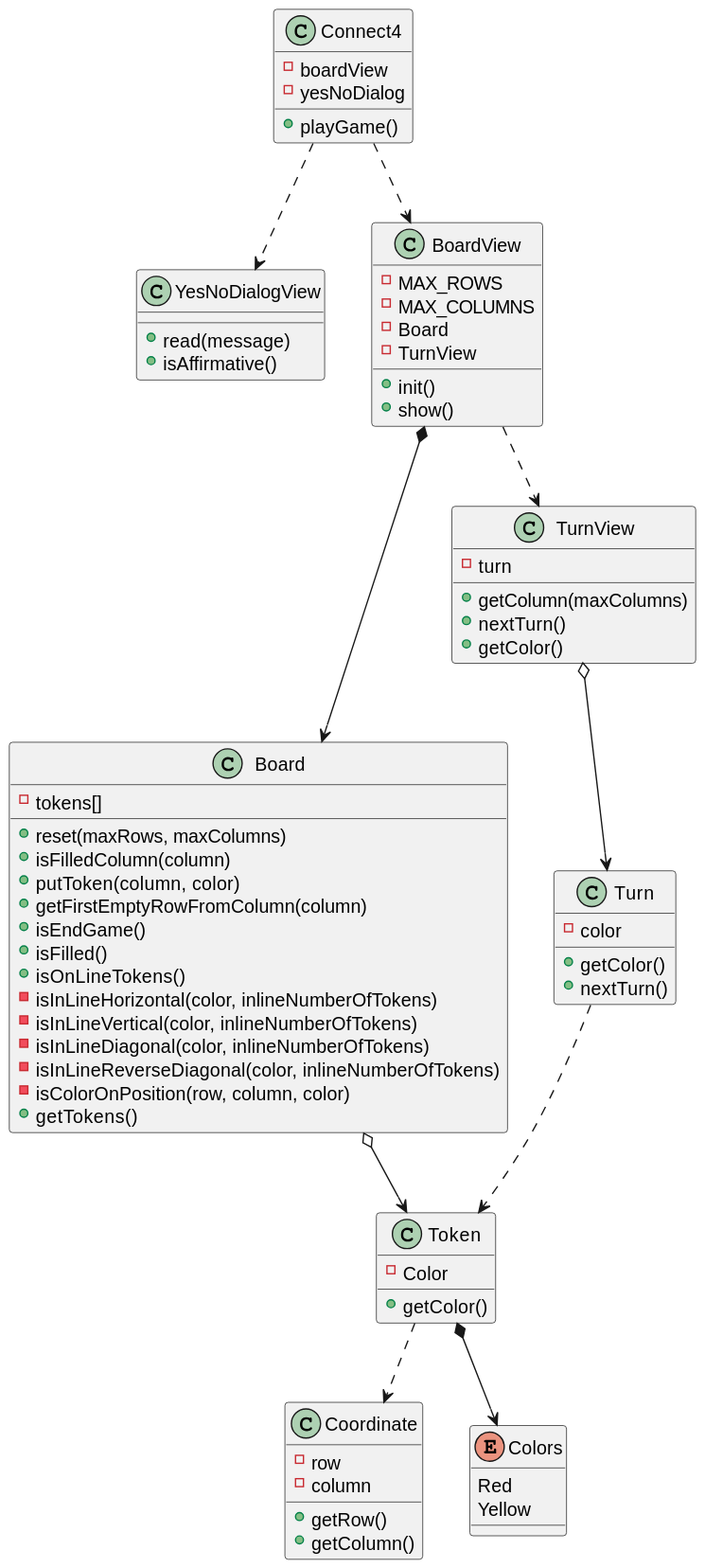
jumpering/connect4 keeps this PlantUML diagram as out/UML/softwareModel/softwareModel.svg. Above is the earlier version.
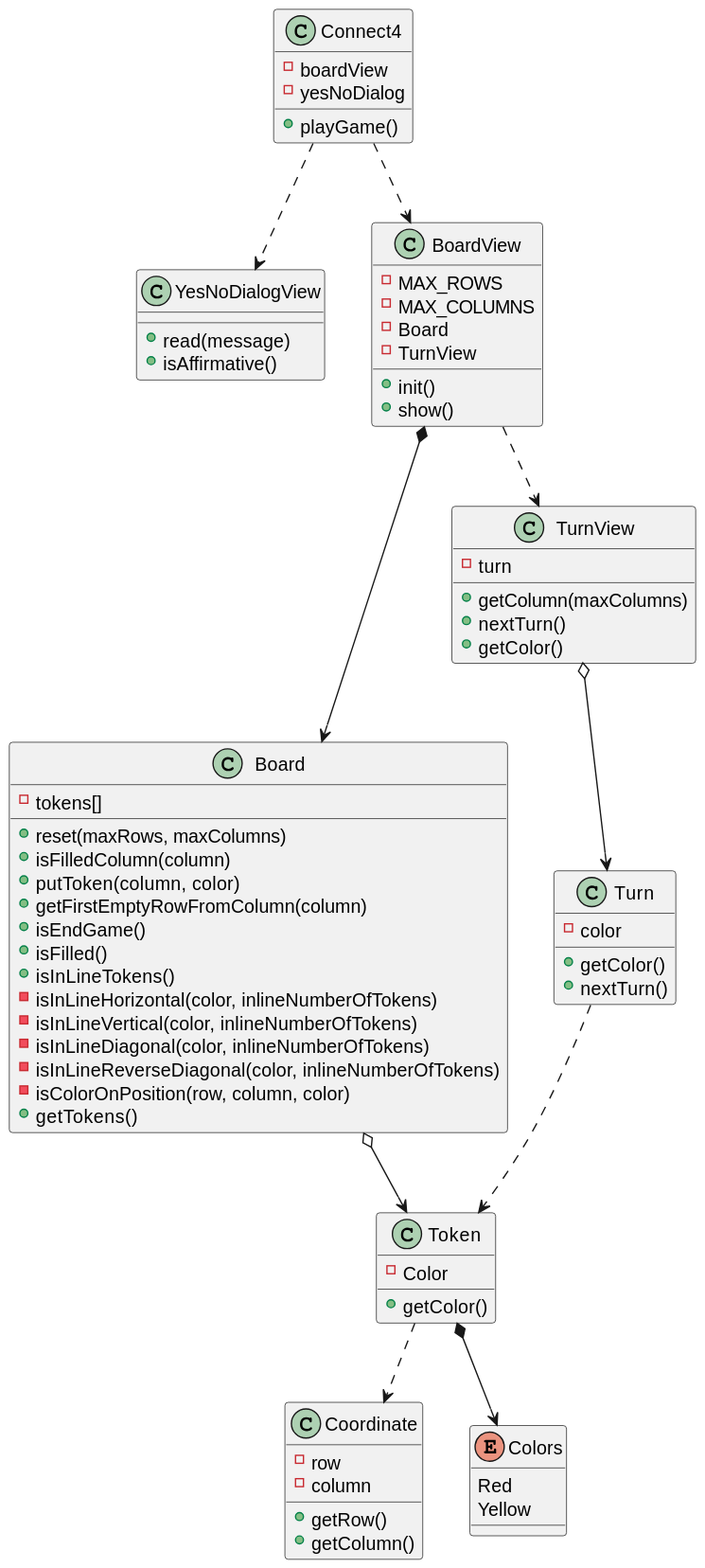
Above is the later version.

Commit message:
refactor UML and code

What changed in the source:
```diff
@@ -17,7 +17,7 @@
     + getFirstEmptyRowFromColumn(column)
     + isEndGame()
     + isFilled()
-    + isOnLineTokens()
+    + isInLineTokens()
     - isInLineHorizontal(color, inlineNumberOfTokens)
     - isInLineVertical(color, inlineNumberOfTokens)
     - isInLineDiagonal(color, inlineNumberOfTokens)
```
